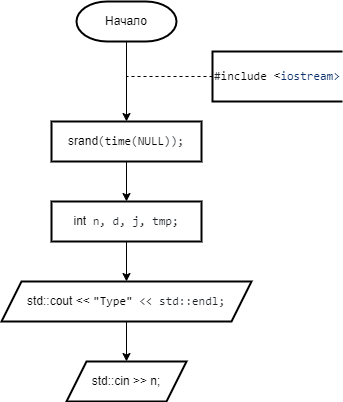
Earlier version of the draw.io export 2 Семестр/Labs/№9 Сложные сортировки быстрая (Хоара), слиянием, подсчетом, блочная, Шелла/Шелла.png (IlyaFedoseev227/LABS-PNRPU-IVT-22-1b). Source tidied: cells renumbered, new cells last; positions are measured from the earlier drawing's top-left corner, leaving out a move shared by most shapes.
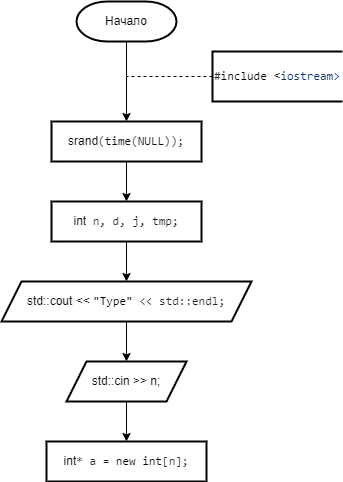
After the change.

The edit, as a diff of the source:
```diff
@@ -36,8 +36,14 @@
     <mxCell id="11" value="&lt;div style=&quot;text-align: start;&quot;&gt;std::cout &amp;lt;&amp;lt; &lt;span style=&quot;box-sizing: border-box; color: var(--color-prettylights-syntax-string); font-family: ui-monospace, SFMono-Regular, &amp;quot;SF Mono&amp;quot;, Menlo, Consolas, &amp;quot;Liberation Mono&amp;quot;, monospace; background-color: rgb(255, 255, 255);&quot; class=&quot;pl-s&quot;&gt;&lt;span style=&quot;box-sizing: border-box; color: var(--color-prettylights-syntax-string);&quot; class=&quot;pl-pds&quot;&gt;&quot;&lt;/span&gt;Type&lt;span style=&quot;box-sizing: border-box; color: var(--color-prettylights-syntax-string);&quot; class=&quot;pl-pds&quot;&gt;&quot;&lt;/span&gt;&lt;/span&gt;&lt;span style=&quot;color: rgb(31, 35, 40); font-family: ui-monospace, SFMono-Regular, &amp;quot;SF Mono&amp;quot;, Menlo, Consolas, &amp;quot;Liberation Mono&amp;quot;, monospace; background-color: rgb(255, 255, 255);&quot;&gt; &amp;lt;&amp;lt; std::endl;&lt;/span&gt;&lt;br&gt;&lt;/div&gt;" style="shape=parallelogram;perimeter=parallelogramPerimeter;whiteSpace=wrap;html=1;fixedSize=1;strokeWidth=2;size=20;" parent="1" vertex="1">
       <mxGeometry y="280" width="250" height="40" as="geometry" />
     </mxCell>
+    <mxCell id="13" style="edgeStyle=orthogonalEdgeStyle;rounded=0;jettySize=auto;html=1;exitX=0.5;exitY=1;exitDx=0;exitDy=0;entryX=0.5;entryY=0;entryDx=0;entryDy=0;" parent="1" edge="1" source="12" target="14">
+      <mxGeometry relative="1" as="geometry" />
+    </mxCell>
     <mxCell id="12" value="&lt;div style=&quot;text-align: start;&quot;&gt;std::cin &amp;gt;&amp;gt; n;&lt;br&gt;&lt;/div&gt;" style="shape=parallelogram;perimeter=parallelogramPerimeter;whiteSpace=wrap;html=1;fixedSize=1;strokeWidth=2;size=20;" parent="1" vertex="1">
       <mxGeometry x="65" y="360" width="120" height="40" as="geometry" />
     </mxCell>
+    <mxCell id="14" value="&lt;div style=&quot;text-align: start;&quot;&gt;int&lt;span style=&quot;color: rgb(31, 35, 40); font-family: ui-monospace, SFMono-Regular, &amp;quot;SF Mono&amp;quot;, Menlo, Consolas, &amp;quot;Liberation Mono&amp;quot;, monospace; background-color: rgb(255, 255, 255);&quot;&gt;* a = &lt;/span&gt;&lt;span style=&quot;box-sizing: border-box; color: var(--color-prettylights-syntax-keyword); font-family: ui-monospace, SFMono-Regular, &amp;quot;SF Mono&amp;quot;, Menlo, Consolas, &amp;quot;Liberation Mono&amp;quot;, monospace; background-color: rgb(255, 255, 255);&quot; class=&quot;pl-k&quot;&gt;new&lt;/span&gt;&lt;span style=&quot;color: rgb(31, 35, 40); font-family: ui-monospace, SFMono-Regular, &amp;quot;SF Mono&amp;quot;, Menlo, Consolas, &amp;quot;Liberation Mono&amp;quot;, monospace; background-color: rgb(255, 255, 255);&quot;&gt; &lt;/span&gt;&lt;span style=&quot;box-sizing: border-box; color: var(--color-prettylights-syntax-keyword); font-family: ui-monospace, SFMono-Regular, &amp;quot;SF Mono&amp;quot;, Menlo, Consolas, &amp;quot;Liberation Mono&amp;quot;, monospace; background-color: rgb(255, 255, 255);&quot; class=&quot;pl-k&quot;&gt;int&lt;/span&gt;&lt;span style=&quot;color: rgb(31, 35, 40); font-family: ui-monospace, SFMono-Regular, &amp;quot;SF Mono&amp;quot;, Menlo, Consolas, &amp;quot;Liberation Mono&amp;quot;, monospace; background-color: rgb(255, 255, 255);&quot;&gt;[n];&lt;/span&gt;&lt;br&gt;&lt;/div&gt;" style="shape=parallelogram;perimeter=parallelogramPerimeter;whiteSpace=wrap;html=1;fixedSize=1;strokeWidth=2;size=0;" parent="1" vertex="1">
+      <mxGeometry x="45" y="440" width="160" height="40" as="geometry" />
+    </mxCell>
   </root>
 </mxGraphModel>
```
